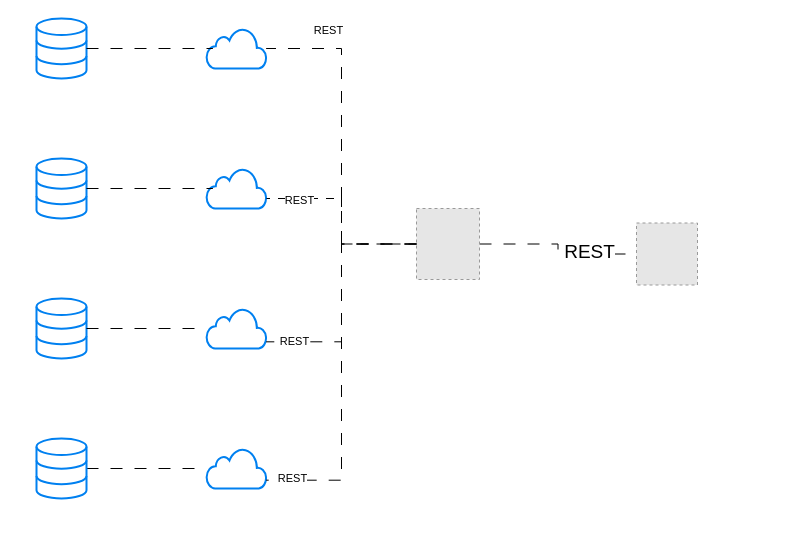
The draw.io diagram Diagrama sin título.drawio in Gelo9033/Gelo9033, before the edit. Source tidied: cells renumbered, new cells numbered last; positions are measured from the earlier drawing's top-left corner, leaving out a move shared by most shapes. Both pictures are drawn from the tidied source at 100%, with x=0, y=0 at pixel (36, 18). Pictures stored in the file or linked from it are replaced by grey dashed boxes.
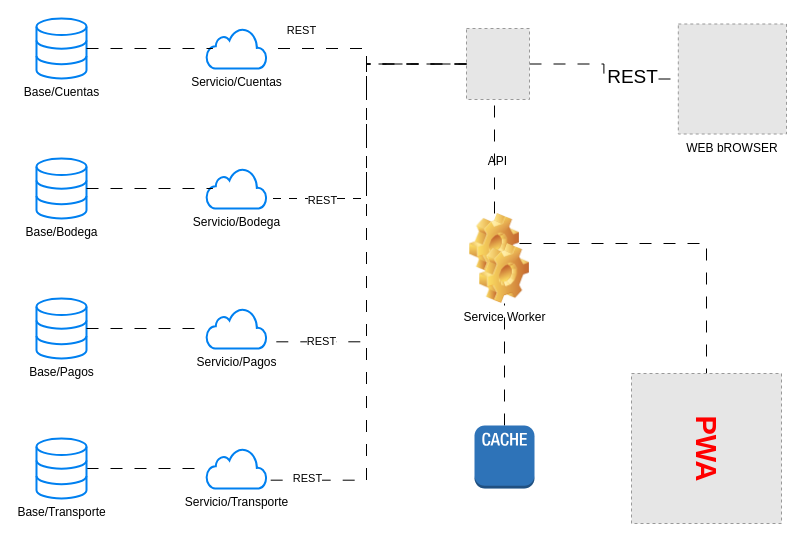
After the change.

Diff of the diagram source:
```diff
@@
-    <mxCell id="2" style="html=1;verticalLabelPosition=bottom;align=center;labelBackgroundColor=#ffffff;verticalAlign=top;strokeWidth=2;strokeColor=#0080F0;shadow=0;dashed=0;shape=mxgraph.ios7.icons.data;" parent="1" vertex="1">
+    <mxCell id="2" value="Base/Cuentas" style="html=1;verticalLabelPosition=bottom;align=center;labelBackgroundColor=#ffffff;verticalAlign=top;strokeWidth=2;strokeColor=#0080F0;shadow=0;dashed=0;shape=mxgraph.ios7.icons.data;" parent="1" vertex="1">
       <mxGeometry width="50" height="60" as="geometry" />
     </mxCell>
-    <mxCell id="3" style="html=1;verticalLabelPosition=bottom;align=center;labelBackgroundColor=#ffffff;verticalAlign=top;strokeWidth=2;strokeColor=#0080F0;shadow=0;dashed=0;shape=mxgraph.ios7.icons.data;" parent="1" vertex="1">
+    <mxCell id="3" value="Base/Bodega" style="html=1;verticalLabelPosition=bottom;align=center;labelBackgroundColor=#ffffff;verticalAlign=top;strokeWidth=2;strokeColor=#0080F0;shadow=0;dashed=0;shape=mxgraph.ios7.icons.data;" parent="1" vertex="1">
       <mxGeometry y="140" width="50" height="60" as="geometry" />
     </mxCell>
-    <mxCell id="4" style="html=1;verticalLabelPosition=bottom;align=center;labelBackgroundColor=#ffffff;verticalAlign=top;strokeWidth=2;strokeColor=#0080F0;shadow=0;dashed=0;shape=mxgraph.ios7.icons.data;" parent="1" vertex="1">
+    <mxCell id="4" value="Base/Pagos" style="html=1;verticalLabelPosition=bottom;align=center;labelBackgroundColor=#ffffff;verticalAlign=top;strokeWidth=2;strokeColor=#0080F0;shadow=0;dashed=0;shape=mxgraph.ios7.icons.data;" parent="1" vertex="1">
       <mxGeometry y="280" width="50" height="60" as="geometry" />
     </mxCell>
@@
-    <mxCell id="6" style="html=1;verticalLabelPosition=bottom;align=center;labelBackgroundColor=#ffffff;verticalAlign=top;strokeWidth=2;strokeColor=#0080F0;shadow=0;dashed=0;shape=mxgraph.ios7.icons.data;" parent="1" vertex="1">
+    <mxCell id="6" value="Base/Transporte" style="html=1;verticalLabelPosition=bottom;align=center;labelBackgroundColor=#ffffff;verticalAlign=top;strokeWidth=2;strokeColor=#0080F0;shadow=0;dashed=0;shape=mxgraph.ios7.icons.data;" parent="1" vertex="1">
       <mxGeometry y="420" width="50" height="60" as="geometry" />
     </mxCell>
-    <mxCell id="7" style="html=1;verticalLabelPosition=bottom;align=center;labelBackgroundColor=#ffffff;verticalAlign=top;strokeWidth=2;strokeColor=#0080F0;shadow=0;dashed=0;shape=mxgraph.ios7.icons.cloud;" parent="1" vertex="1">
+    <mxCell id="7" value="Servicio/Cuentas" style="html=1;verticalLabelPosition=bottom;align=center;labelBackgroundColor=#ffffff;verticalAlign=top;strokeWidth=2;strokeColor=#0080F0;shadow=0;dashed=0;shape=mxgraph.ios7.icons.cloud;" parent="1" vertex="1">
       <mxGeometry x="170" y="10" width="60" height="40" as="geometry" />
     </mxCell>
-    <mxCell id="8" style="html=1;verticalLabelPosition=bottom;align=center;labelBackgroundColor=#ffffff;verticalAlign=top;strokeWidth=2;strokeColor=#0080F0;shadow=0;dashed=0;shape=mxgraph.ios7.icons.cloud;" parent="1" vertex="1">
+    <mxCell id="8" value="Servicio/Bodega" style="html=1;verticalLabelPosition=bottom;align=center;labelBackgroundColor=#ffffff;verticalAlign=top;strokeWidth=2;strokeColor=#0080F0;shadow=0;dashed=0;shape=mxgraph.ios7.icons.cloud;" parent="1" vertex="1">
       <mxGeometry x="170" y="150" width="60" height="40" as="geometry" />
     </mxCell>
-    <mxCell id="9" style="html=1;verticalLabelPosition=bottom;align=center;labelBackgroundColor=#ffffff;verticalAlign=top;strokeWidth=2;strokeColor=#0080F0;shadow=0;dashed=0;shape=mxgraph.ios7.icons.cloud;" parent="1" vertex="1">
+    <mxCell id="9" value="Servicio/Pagos" style="html=1;verticalLabelPosition=bottom;align=center;labelBackgroundColor=#ffffff;verticalAlign=top;strokeWidth=2;strokeColor=#0080F0;shadow=0;dashed=0;shape=mxgraph.ios7.icons.cloud;" parent="1" vertex="1">
       <mxGeometry x="170" y="290" width="60" height="40" as="geometry" />
     </mxCell>
-    <mxCell id="10" style="html=1;verticalLabelPosition=bottom;align=center;labelBackgroundColor=#ffffff;verticalAlign=top;strokeWidth=2;strokeColor=#0080F0;shadow=0;dashed=0;shape=mxgraph.ios7.icons.cloud;" parent="1" vertex="1">
+    <mxCell id="10" value="Servicio/Transporte" style="html=1;verticalLabelPosition=bottom;align=center;labelBackgroundColor=#ffffff;verticalAlign=top;strokeWidth=2;strokeColor=#0080F0;shadow=0;dashed=0;shape=mxgraph.ios7.icons.cloud;" parent="1" vertex="1">
       <mxGeometry x="170" y="430" width="60" height="40" as="geometry" />
     </mxCell>
@@
-    <mxCell id="16" style="fillColor=#E6E6E6;strokeColor=#999999;dashed=1;verticalLabelPosition=bottom;labelBackgroundColor=default;verticalAlign=top;" parent="1" vertex="1">
-      <mxGeometry x="380" y="190" width="63" height="71" as="geometry" />
+    <mxCell id="16" value="API" style="fillColor=#E6E6E6;strokeColor=#999999;dashed=1;verticalLabelPosition=bottom;labelBackgroundColor=#FFFFFF;verticalAlign=bottom;" parent="1" vertex="1">
+      <mxGeometry x="430" y="10" width="63" height="71" as="geometry" />
     </mxCell>
@@
-    <mxCell id="25" style="fillColor=#E6E6E6;strokeColor=#999999;dashed=1;verticalLabelPosition=bottom;labelBackgroundColor=default;verticalAlign=top;" parent="1" vertex="1">
-      <mxGeometry x="600" y="204.5" width="61" height="62" as="geometry" />
+    <mxCell id="25" value="WEB bROWSER" style="fillColor=#E6E6E6;strokeColor=#999999;dashed=1;verticalLabelPosition=bottom;labelBackgroundColor=default;verticalAlign=top;" parent="1" vertex="1">
+      <mxGeometry x="641.8" y="5.5" width="108.2" height="110" as="geometry" />
     </mxCell>
+    <mxCell id="26" style="edgeStyle=orthogonalEdgeStyle;rounded=0;jettySize=auto;html=1;dashed=1;dashPattern=12 12;endArrow=none;endFill=0;" parent="1" edge="1" source="28" target="34">
+      <mxGeometry relative="1" as="geometry" />
+    </mxCell>
+    <mxCell id="27" style="group;" parent="1" vertex="1">
+      <mxGeometry x="433" y="195" width="60" height="90" as="geometry" />
+    </mxCell>
+    <mxCell id="28" style="shape=image;html=1;verticalLabelPosition=bottom;verticalAlign=top;imageAspect=0;image=img/clipart/Gear_128x128.png;" parent="27" vertex="1">
+      <mxGeometry width="50" height="60" as="geometry" />
+    </mxCell>
+    <mxCell id="29" value="Service Worker" style="shape=image;html=1;verticalLabelPosition=bottom;verticalAlign=top;imageAspect=0;image=img/clipart/Gear_128x128.png;" parent="27" vertex="1">
+      <mxGeometry x="10" y="30" width="50" height="60" as="geometry" />
+    </mxCell>
+    <mxCell id="30" style="edgeStyle=orthogonalEdgeStyle;rounded=0;jettySize=auto;html=1;entryX=0.5;entryY=1;entryDx=0;entryDy=0;dashed=1;dashPattern=12 12;endArrow=none;endFill=0;" parent="1" edge="1" source="31" target="29">
+      <mxGeometry relative="1" as="geometry" />
+    </mxCell>
+    <mxCell id="31" style="outlineConnect=0;dashed=0;verticalLabelPosition=bottom;verticalAlign=top;align=center;html=1;shape=mxgraph.aws3.cache_node;fillColor=#2E73B8;gradientColor=none;" parent="1" vertex="1">
+      <mxGeometry x="438" y="407" width="60" height="63" as="geometry" />
+    </mxCell>
+    <mxCell id="32" style="edgeStyle=orthogonalEdgeStyle;rounded=0;jettySize=auto;html=1;dashed=1;dashPattern=12 12;endArrow=none;endFill=0;" parent="1" edge="1" source="28">
+      <mxGeometry relative="1" as="geometry">
+        <mxPoint x="458" y="85" as="targetPoint" />
+      </mxGeometry>
+    </mxCell>
+    <mxCell id="33" style="group;" parent="1" vertex="1">
+      <mxGeometry x="600" y="365" width="150" height="150" as="geometry" />
+    </mxCell>
+    <mxCell id="34" style="fillColor=#E6E6E6;strokeColor=#999999;dashed=1;html=1;verticalAlign=top;verticalLabelPosition=bottom;labelBackgroundColor=#ffffff;" parent="33" vertex="1">
+      <mxGeometry x="-5" y="-10" width="150" height="150" as="geometry" />
+    </mxCell>
+    <mxCell id="35" value="&lt;font color=&quot;#ff0000&quot; style=&quot;font-size: 29px;&quot;&gt;PWA&lt;/font&gt;" style="text;strokeColor=none;fillColor=none;html=1;fontSize=24;fontStyle=1;verticalAlign=middle;align=center;rotation=90;" parent="33" vertex="1">
+      <mxGeometry x="15.3" y="45" width="109.4" height="40" as="geometry" />
+    </mxCell>
```
